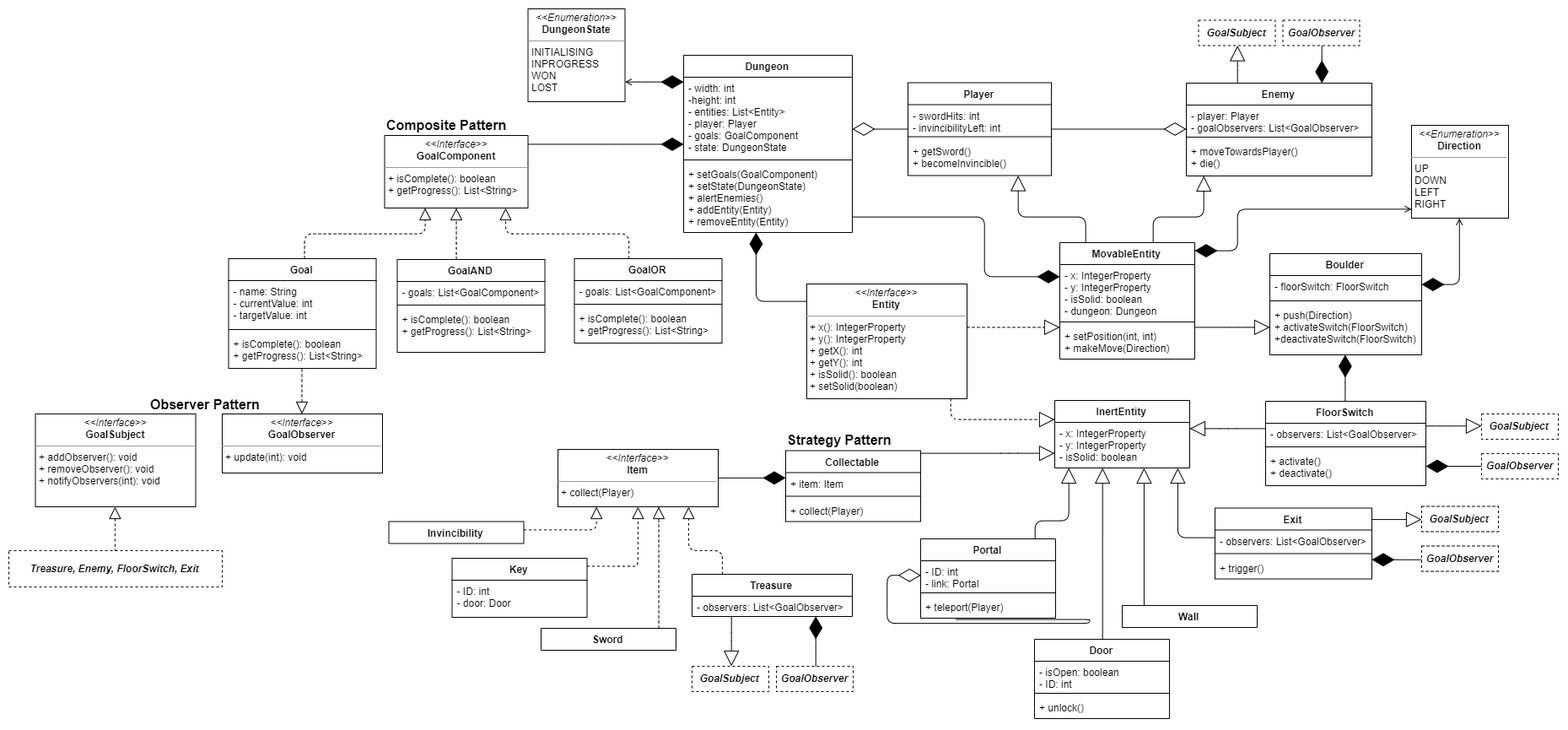
This is UML diagram.png from sergiomercado19/digital-dungeon, a draw.io export, as it was before one commit. Source tidied: cells renumbered, new cells last; positions are measured from the earlier drawing's top-left corner, leaving out a move shared by most shapes.
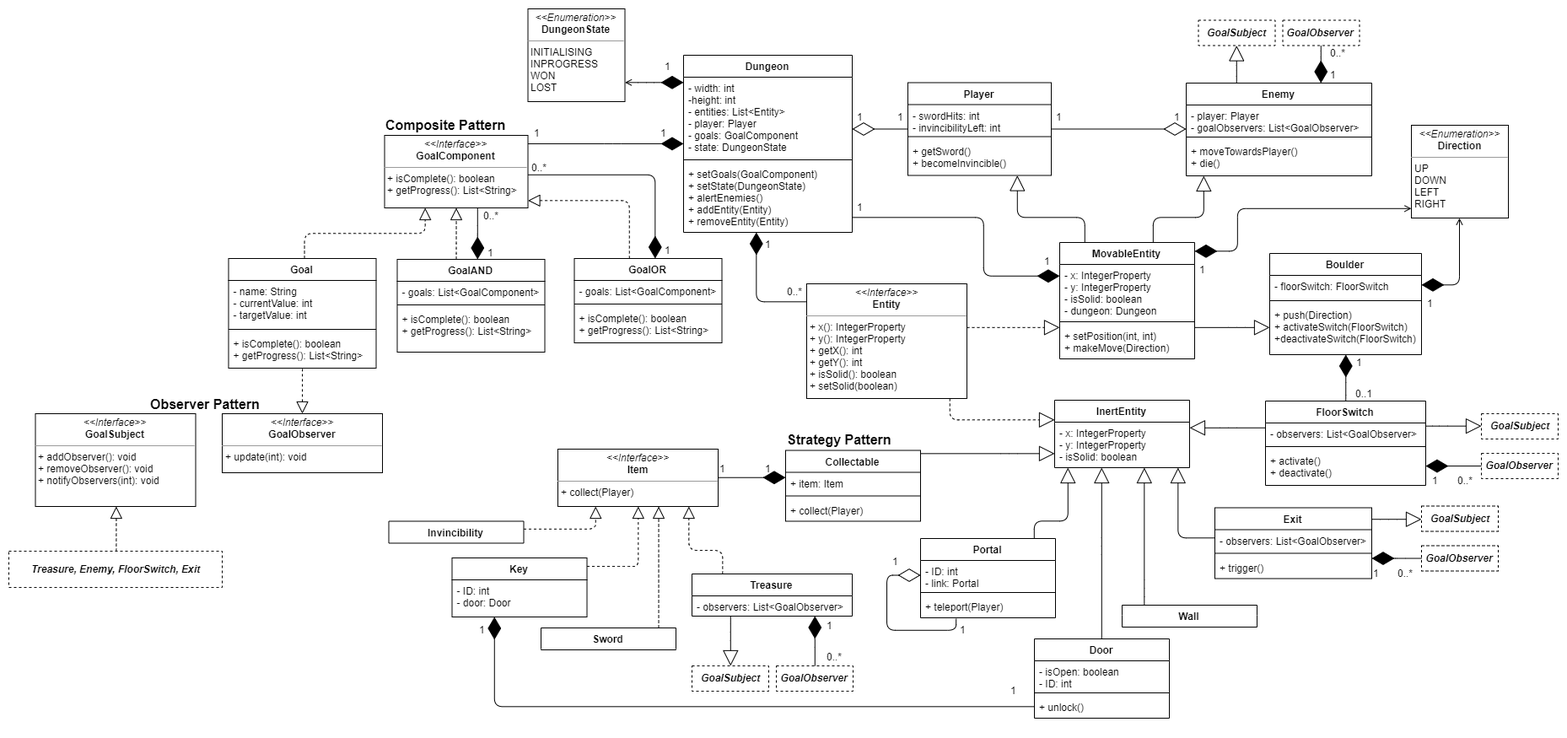
Above is the later version.

Commit message:
uml multiplicities

The edit, as a diff of the source:
```diff
@@ -182,7 +182,13 @@
       <mxGeometry x="1081" y="628" width="160" height="94" as="geometry" />
     </mxCell>
     <mxCell id="46" style="edgeStyle=orthogonalEdgeStyle;rounded=1;jettySize=auto;html=1;exitX=0;exitY=0.5;exitDx=0;exitDy=0;entryX=0.263;entryY=1.038;entryDx=0;entryDy=0;entryPerimeter=0;endArrow=none;endFill=0;startArrow=diamondThin;startFill=0;endSize=24;startSize=24;" parent="45" edge="1" source="47" target="49">
-      <mxGeometry relative="1" as="geometry" />
+      <mxGeometry relative="1" as="geometry">
+        <Array as="points">
+          <mxPoint x="-40" y="43" />
+          <mxPoint x="-40" y="109" />
+          <mxPoint x="42" y="109" />
+        </Array>
+      </mxGeometry>
     </mxCell>
     <mxCell id="47" value="- ID: int&#10;- link: Portal" style="text;strokeColor=none;fillColor=none;align=left;verticalAlign=top;spacingLeft=4;spacingRight=4;overflow=hidden;points=[[0,0.5],[1,0.5]];portConstraint=eastwest;" parent="45" vertex="1">
       <mxGeometry y="26" width="160" height="34" as="geometry" />
@@ -287,7 +293,12 @@
       <mxGeometry x="253" y="480" width="190" height="70" as="geometry" />
     </mxCell>
     <mxCell id="71" style="edgeStyle=orthogonalEdgeStyle;rounded=1;jettySize=auto;html=1;dashed=1;endArrow=none;endFill=0;startArrow=block;startFill=0;endSize=6;startSize=12;" parent="1" edge="1" source="72" target="103">
-      <mxGeometry relative="1" as="geometry" />
+      <mxGeometry relative="1" as="geometry">
+        <Array as="points">
+          <mxPoint x="127" y="607" />
+          <mxPoint x="127" y="607" />
+        </Array>
+      </mxGeometry>
     </mxCell>
     <mxCell id="72" value="&lt;p style=&quot;margin: 0px ; margin-top: 4px ; text-align: center&quot;&gt;&lt;i&gt;&amp;lt;&amp;lt;Interface&amp;gt;&amp;gt;&lt;/i&gt;&lt;br&gt;&lt;b&gt;GoalSubject&lt;/b&gt;&lt;/p&gt;&lt;hr size=&quot;1&quot;&gt;&lt;p style=&quot;margin: 0px ; margin-left: 4px&quot;&gt;+ addObserver(): void&lt;br&gt;&lt;/p&gt;&lt;p style=&quot;margin: 0px ; margin-left: 4px&quot;&gt;+ removeObserver(): void&lt;/p&gt;&lt;p style=&quot;margin: 0px ; margin-left: 4px&quot;&gt;+ notifyObservers(int): void&lt;/p&gt;" style="verticalAlign=top;align=left;overflow=fill;fontSize=12;fontFamily=Helvetica;html=1;" parent="1" vertex="1">
       <mxGeometry x="31.5" y="480" width="190" height="110" as="geometry" />
@@ -315,8 +326,7 @@
     <mxCell id="78" style="edgeStyle=orthogonalEdgeStyle;rounded=1;jettySize=auto;html=1;dashed=1;startSize=12;endArrow=block;endFill=0;endSize=12;" parent="1" edge="1" source="79" target="83">
       <mxGeometry relative="1" as="geometry">
         <Array as="points">
-          <mxPoint x="735.5" y="266" />
-          <mxPoint x="588.5" y="266" />
+          <mxPoint x="736" y="227" />
         </Array>
       </mxGeometry>
     </mxCell>
@@ -332,6 +342,21 @@
     <mxCell id="82" value="+ isComplete(): boolean&#10;+ getProgress(): List&lt;String&gt;" style="text;strokeColor=none;fillColor=none;align=left;verticalAlign=top;spacingLeft=4;spacingRight=4;overflow=hidden;" parent="79" vertex="1">
       <mxGeometry y="58" width="175" height="42" as="geometry" />
     </mxCell>
+    <mxCell id="121" style="edgeStyle=orthogonalEdgeStyle;rounded=1;jettySize=auto;html=1;startArrow=none;startFill=0;startSize=6;endArrow=diamondThin;endFill=1;endSize=24;" parent="1" edge="1" source="83" target="74">
+      <mxGeometry relative="1" as="geometry">
+        <Array as="points">
+          <mxPoint x="556" y="267" />
+          <mxPoint x="556" y="267" />
+        </Array>
+      </mxGeometry>
+    </mxCell>
+    <mxCell id="122" style="edgeStyle=orthogonalEdgeStyle;rounded=1;jettySize=auto;html=1;startArrow=none;startFill=0;startSize=6;endArrow=diamondThin;endFill=1;endSize=24;" parent="1" edge="1" source="83" target="79">
+      <mxGeometry relative="1" as="geometry">
+        <Array as="points">
+          <mxPoint x="766" y="197" />
+        </Array>
+      </mxGeometry>
+    </mxCell>
     <mxCell id="83" value="&lt;p style=&quot;margin: 0px ; margin-top: 4px ; text-align: center&quot;&gt;&lt;i&gt;&amp;lt;&amp;lt;Interface&amp;gt;&amp;gt;&lt;/i&gt;&lt;br&gt;&lt;b&gt;GoalComponent&lt;/b&gt;&lt;/p&gt;&lt;hr size=&quot;1&quot;&gt;&lt;p style=&quot;margin: 0px ; margin-left: 4px&quot;&gt;+ isComplete(): boolean&lt;br style=&quot;padding: 0px ; margin: 0px&quot;&gt;+ getProgress(): List&amp;lt;String&amp;gt;&lt;br&gt;&lt;/p&gt;" style="verticalAlign=top;align=left;overflow=fill;fontSize=12;fontFamily=Helvetica;html=1;" parent="1" vertex="1">
       <mxGeometry x="445.5" y="150" width="170" height="86" as="geometry" />
     </mxCell>
@@ -436,7 +461,7 @@
       <mxGeometry x="166" y="457" width="150" height="20" as="geometry" />
     </mxCell>
     <mxCell id="103" value="&lt;b&gt;&lt;i&gt;Treasure, Enemy, FloorSwitch, Exit&lt;/i&gt;&lt;/b&gt;" style="rounded=0;whiteSpace=wrap;html=1;strokeColor=#000000;fillColor=none;dashed=1;" parent="1" vertex="1">
-      <mxGeometry y="642" width="253" height="43" as="geometry" />
+      <mxGeometry y="643" width="253" height="43" as="geometry" />
     </mxCell>
     <mxCell id="104" style="edgeStyle=orthogonalEdgeStyle;rounded=1;jettySize=auto;html=1;startArrow=block;startFill=0;startSize=16;endArrow=none;endFill=0;endSize=16;" parent="1" edge="1" source="105" target="31">
       <mxGeometry relative="1" as="geometry">
@@ -529,5 +554,111 @@
     <mxCell id="120" value="&lt;p style=&quot;margin: 0px ; margin-top: 4px ; text-align: center&quot;&gt;&lt;i&gt;&amp;lt;&amp;lt;Enumeration&amp;gt;&amp;gt;&lt;/i&gt;&lt;br&gt;&lt;b&gt;DungeonState&lt;/b&gt;&lt;/p&gt;&lt;hr size=&quot;1&quot;&gt;&lt;p style=&quot;margin: 0px ; margin-left: 4px&quot;&gt;INITIALISING&lt;br&gt;INPROGRESS&lt;br&gt;WON&lt;br&gt;LOST&lt;/p&gt;" style="verticalAlign=top;align=left;overflow=fill;fontSize=12;fontFamily=Helvetica;html=1;" parent="1" vertex="1">
       <mxGeometry x="615.5" width="115" height="110" as="geometry" />
     </mxCell>
+    <mxCell id="123" value="1" style="text;html=1;align=left;verticalAlign=top;spacingTop=-4;" parent="1" vertex="1">
+      <mxGeometry x="1052" y="119.5" width="20" height="20" as="geometry" />
+    </mxCell>
+    <mxCell id="124" value="1" style="text;html=1;align=left;verticalAlign=top;spacingTop=-4;" parent="1" vertex="1">
+      <mxGeometry x="1004" y="119.5" width="20" height="20" as="geometry" />
+    </mxCell>
+    <mxCell id="125" value="1" style="text;html=1;align=left;verticalAlign=top;spacingTop=-4;" parent="1" vertex="1">
+      <mxGeometry x="1240" y="119.5" width="20" height="20" as="geometry" />
+    </mxCell>
+    <mxCell id="126" value="1" style="text;html=1;align=left;verticalAlign=top;spacingTop=-4;" parent="1" vertex="1">
+      <mxGeometry x="1380" y="119.5" width="20" height="20" as="geometry" />
+    </mxCell>
+    <mxCell id="127" value="1" style="text;html=1;align=left;verticalAlign=top;spacingTop=-4;" parent="1" vertex="1">
+      <mxGeometry x="895" y="270" width="20" height="20" as="geometry" />
+    </mxCell>
+    <mxCell id="128" value="0..*" style="text;html=1;align=left;verticalAlign=top;spacingTop=-4;" parent="1" vertex="1">
+      <mxGeometry x="921" y="326" width="30" height="20" as="geometry" />
+    </mxCell>
+    <mxCell id="129" value="1" style="text;html=1;align=left;verticalAlign=top;spacingTop=-4;" parent="1" vertex="1">
+      <mxGeometry x="1004" y="226" width="20" height="20" as="geometry" />
+    </mxCell>
+    <mxCell id="130" value="1" style="text;html=1;align=left;verticalAlign=top;spacingTop=-4;" parent="1" vertex="1">
+      <mxGeometry x="1226" y="290" width="20" height="20" as="geometry" />
+    </mxCell>
+    <mxCell id="131" value="1" style="text;html=1;align=left;verticalAlign=top;spacingTop=-4;" parent="1" vertex="1">
+      <mxGeometry x="621" y="138" width="20" height="20" as="geometry" />
+    </mxCell>
+    <mxCell id="132" value="1" style="text;html=1;align=left;verticalAlign=top;spacingTop=-4;" parent="1" vertex="1">
+      <mxGeometry x="771" y="138" width="20" height="20" as="geometry" />
+    </mxCell>
+    <mxCell id="133" value="1" style="text;html=1;align=left;verticalAlign=top;spacingTop=-4;" parent="1" vertex="1">
+      <mxGeometry x="566" y="280" width="20" height="20" as="geometry" />
+    </mxCell>
+    <mxCell id="134" value="0..*" style="text;html=1;align=left;verticalAlign=top;spacingTop=-4;" parent="1" vertex="1">
+      <mxGeometry x="561" y="236" width="30" height="20" as="geometry" />
+    </mxCell>
+    <mxCell id="135" value="1" style="text;html=1;align=left;verticalAlign=top;spacingTop=-4;" parent="1" vertex="1">
+      <mxGeometry x="776" y="277" width="20" height="20" as="geometry" />
+    </mxCell>
+    <mxCell id="136" value="0..*" style="text;html=1;align=left;verticalAlign=top;spacingTop=-4;" parent="1" vertex="1">
+      <mxGeometry x="618.5" y="179.5" width="30" height="20" as="geometry" />
+    </mxCell>
+    <mxCell id="137" value="1" style="text;html=1;align=left;verticalAlign=top;spacingTop=-4;" parent="1" vertex="1">
+      <mxGeometry x="841" y="536" width="20" height="20" as="geometry" />
+    </mxCell>
+    <mxCell id="138" value="1" style="text;html=1;align=left;verticalAlign=top;spacingTop=-4;" parent="1" vertex="1">
+      <mxGeometry x="895" y="536" width="20" height="20" as="geometry" />
+    </mxCell>
+    <mxCell id="139" value="1" style="text;html=1;align=left;verticalAlign=top;spacingTop=-4;" parent="1" vertex="1">
+      <mxGeometry x="968" y="722" width="20" height="20" as="geometry" />
+    </mxCell>
+    <mxCell id="140" value="0..*" style="text;html=1;align=left;verticalAlign=top;spacingTop=-4;" parent="1" vertex="1">
+      <mxGeometry x="968" y="759" width="30" height="20" as="geometry" />
+    </mxCell>
+    <mxCell id="141" value="1" style="text;html=1;align=left;verticalAlign=top;spacingTop=-4;" parent="1" vertex="1">
+      <mxGeometry x="1616" y="660" width="20" height="20" as="geometry" />
+    </mxCell>
+    <mxCell id="142" value="0..*" style="text;html=1;align=left;verticalAlign=top;spacingTop=-4;" parent="1" vertex="1">
+      <mxGeometry x="1645" y="660" width="30" height="20" as="geometry" />
+    </mxCell>
+    <mxCell id="143" value="1" style="text;html=1;align=left;verticalAlign=top;spacingTop=-4;" parent="1" vertex="1">
+      <mxGeometry x="1686" y="550" width="20" height="20" as="geometry" />
+    </mxCell>
+    <mxCell id="144" value="0..*" style="text;html=1;align=left;verticalAlign=top;spacingTop=-4;" parent="1" vertex="1">
+      <mxGeometry x="1716" y="550" width="30" height="20" as="geometry" />
+    </mxCell>
+    <mxCell id="145" value="1" style="text;html=1;align=left;verticalAlign=top;spacingTop=-4;" parent="1" vertex="1">
+      <mxGeometry x="1565" y="69" width="20" height="20" as="geometry" />
+    </mxCell>
+    <mxCell id="146" value="0..*" style="text;html=1;align=left;verticalAlign=top;spacingTop=-4;" parent="1" vertex="1">
+      <mxGeometry x="1565" y="43.5" width="30" height="20" as="geometry" />
+    </mxCell>
+    <mxCell id="147" value="1" style="text;html=1;align=left;verticalAlign=top;spacingTop=-4;" parent="1" vertex="1">
+      <mxGeometry x="1596" y="410" width="20" height="20" as="geometry" />
+    </mxCell>
+    <mxCell id="148" value="0..1" style="text;html=1;align=left;verticalAlign=top;spacingTop=-4;" parent="1" vertex="1">
+      <mxGeometry x="1595" y="447" width="40" height="20" as="geometry" />
+    </mxCell>
+    <mxCell id="149" value="1" style="text;html=1;align=left;verticalAlign=top;spacingTop=-4;" parent="1" vertex="1">
+      <mxGeometry x="1680" y="340" width="20" height="20" as="geometry" />
+    </mxCell>
+    <mxCell id="150" value="1" style="text;html=1;align=left;verticalAlign=top;spacingTop=-4;" parent="1" vertex="1">
+      <mxGeometry x="1410" y="300" width="20" height="20" as="geometry" />
+    </mxCell>
+    <mxCell id="151" value="1" style="text;html=1;align=left;verticalAlign=top;spacingTop=-4;" parent="1" vertex="1">
+      <mxGeometry x="776" y="59" width="20" height="20" as="geometry" />
+    </mxCell>
+    <mxCell id="152" value="1" style="text;html=1;align=left;verticalAlign=top;spacingTop=-4;" parent="1" vertex="1">
+      <mxGeometry x="1046" y="646.5" width="20" height="20" as="geometry" />
+    </mxCell>
+    <mxCell id="153" value="1" style="text;html=1;align=left;verticalAlign=top;spacingTop=-4;" parent="1" vertex="1">
+      <mxGeometry x="1126" y="727" width="20" height="20" as="geometry" />
+    </mxCell>
+    <mxCell id="154" style="edgeStyle=orthogonalEdgeStyle;rounded=1;jettySize=auto;html=1;startArrow=diamondThin;startFill=1;startSize=24;endArrow=none;endFill=0;endSize=24;" parent="1" edge="1" source="34" target="56">
+      <mxGeometry relative="1" as="geometry">
+        <Array as="points">
+          <mxPoint x="576" y="827" />
+        </Array>
+      </mxGeometry>
+    </mxCell>
+    <mxCell id="155" value="1" style="text;html=1;align=left;verticalAlign=top;spacingTop=-4;" parent="1" vertex="1">
+      <mxGeometry x="556" y="727" width="20" height="20" as="geometry" />
+    </mxCell>
+    <mxCell id="156" value="1" style="text;html=1;align=left;verticalAlign=top;spacingTop=-4;" parent="1" vertex="1">
+      <mxGeometry x="1186" y="799" width="20" height="20" as="geometry" />
+    </mxCell>
   </root>
 </mxGraphModel>
```
